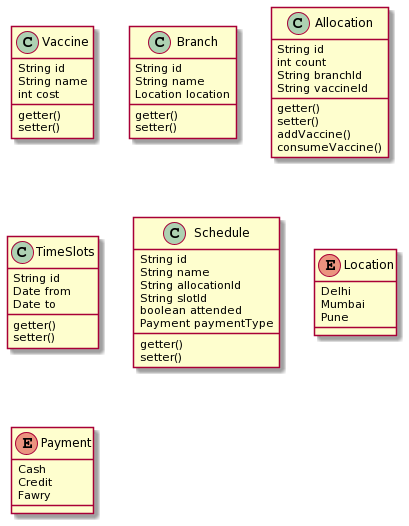
The PlantUML diagram class_diagram.png in ankitech/vaccnow, before a commit. Its diagram source:
```plantuml
@startuml
class Vaccine {
String id
String name
int cost
getter()
setter()
}

class Branch {
String id
String name
Location location
getter()
setter()
}

class Allocation {
String id
int count
String branchId
String vaccineId
getter()
setter()
addVaccine()
consumeVaccine()
}

class TimeSlots{
String id
Date from
Date to
getter()
setter()
}

class Schedule{
String id
String name
String allocationId
String slotId
boolean attended
Payment paymentType
getter()
setter()
}

enum Location {
Delhi
Mumbai
Pune
}

enum Payment {
Cash
Credit
Fawry
}
@enduml
```
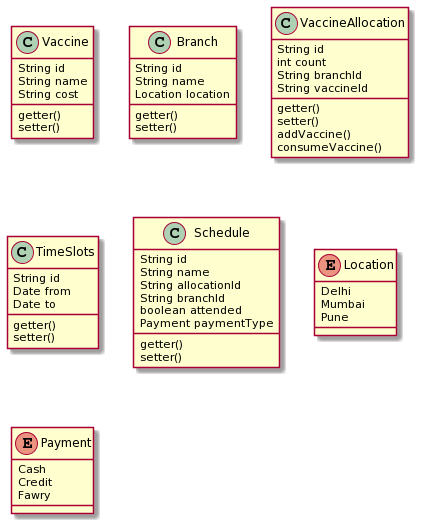
Later version of the same file.

Change to the diagram source:
```diff
@@ -2,7 +2,7 @@
 class Vaccine {
 String id
 String name
-int cost
+String cost
 getter()
 setter()
 }
@@ -15,7 +15,7 @@
 setter()
 }
 
-class Allocation {
+class VaccineAllocation {
 String id
 int count
 String branchId
@@ -38,7 +38,7 @@
 String id
 String name
 String allocationId
-String slotId
+String branchId
 boolean attended
 Payment paymentType
 getter()
```
